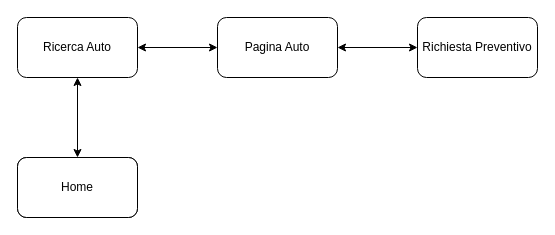
Above: Documents/Requirement Analysis Document/Review/Seconda Parte/Nav path/Sorgenti/RF4-3.drawio in dariodidario/EasyLease (draw.io), before the change. Source tidied: cells renumbered, new cells numbered last; positions are measured from the earlier drawing's top-left corner, leaving out a move shared by most shapes. Both pictures are drawn from the tidied source at 100%, with x=0, y=0 at pixel (17, 17).
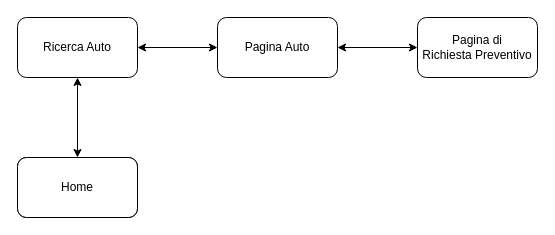
Above is the later version.

Change to the diagram source:
```diff
@@
 <mxGraphModel>
   <root>
     <mxCell id="0" />
     <mxCell id="1" parent="0" />
     <mxCell id="2" style="rounded=1;whiteSpace=wrap;html=1;" parent="1" vertex="1">
       <mxGeometry y="140" width="120" height="60" as="geometry" />
     </mxCell>
     <mxCell id="3" value="Home" style="rounded=1;whiteSpace=wrap;html=1;" parent="1" vertex="1">
       <mxGeometry y="140" width="120" height="60" as="geometry" />
     </mxCell>
     <mxCell id="4" value="Ricerca Auto" style="whiteSpace=wrap;html=1;rounded=1;" parent="1" vertex="1">
       <mxGeometry width="120" height="60" as="geometry" />
     </mxCell>
     <mxCell id="5" value="Pagina Auto" style="whiteSpace=wrap;html=1;rounded=1;" parent="1" vertex="1">
       <mxGeometry x="200" width="120" height="60" as="geometry" />
     </mxCell>
-    <mxCell id="6" value="Richiesta Preventivo" style="whiteSpace=wrap;html=1;rounded=1;" parent="1" vertex="1">
+    <mxCell id="6" value="Pagina di&lt;br&gt;Richiesta Preventivo" style="whiteSpace=wrap;html=1;rounded=1;" parent="1" vertex="1">
       <mxGeometry x="400" width="120" height="60" as="geometry" />
     </mxCell>
     <mxCell id="7" style="endArrow=classic;startArrow=classic;html=1;entryX=0.5;entryY=1;entryDx=0;entryDy=0;exitX=0.5;exitY=0;exitDx=0;exitDy=0;" parent="1" edge="1" source="3" target="4">
       <mxGeometry relative="1" as="geometry" />
     </mxCell>
     <mxCell id="8" style="endArrow=classic;startArrow=classic;html=1;entryX=0;entryY=0.5;entryDx=0;entryDy=0;exitX=1;exitY=0.5;exitDx=0;exitDy=0;" parent="1" edge="1" source="4" target="5">
       <mxGeometry relative="1" as="geometry" />
     </mxCell>
     <mxCell id="9" style="endArrow=classic;startArrow=classic;html=1;entryX=0;entryY=0.5;entryDx=0;entryDy=0;exitX=1;exitY=0.5;exitDx=0;exitDy=0;" parent="1" edge="1" source="5" target="6">
       <mxGeometry relative="1" as="geometry" />
     </mxCell>
   </root>
 </mxGraphModel>
```
